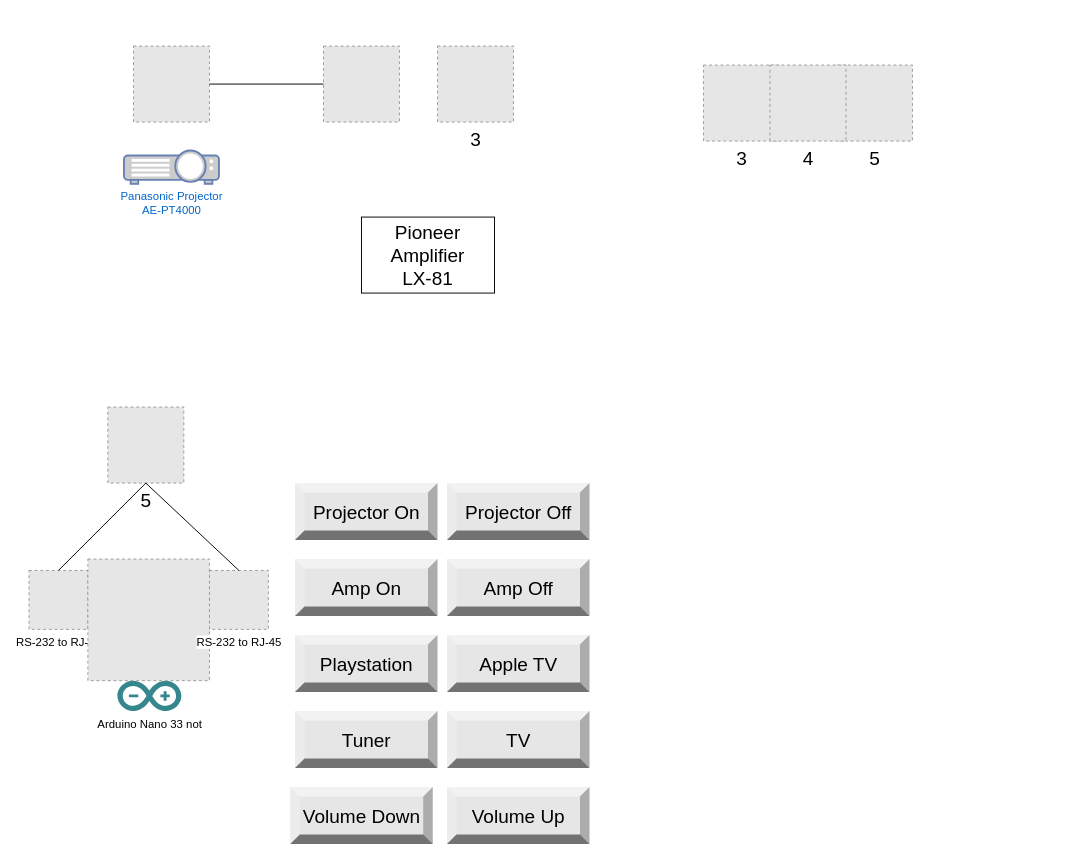
This is HomeTheatreRemote.drawio from granticini/home-theatre-remote, a draw.io file, before an edit. Source tidied: cells renumbered, new cells numbered last; positions are measured from the earlier drawing's top-left corner, leaving out a move shared by most shapes. Both pictures are drawn from the tidied source at 95%, with x=0, y=0 at pixel (28, 46). Pictures stored in the file or linked from it are replaced by grey dashed boxes.
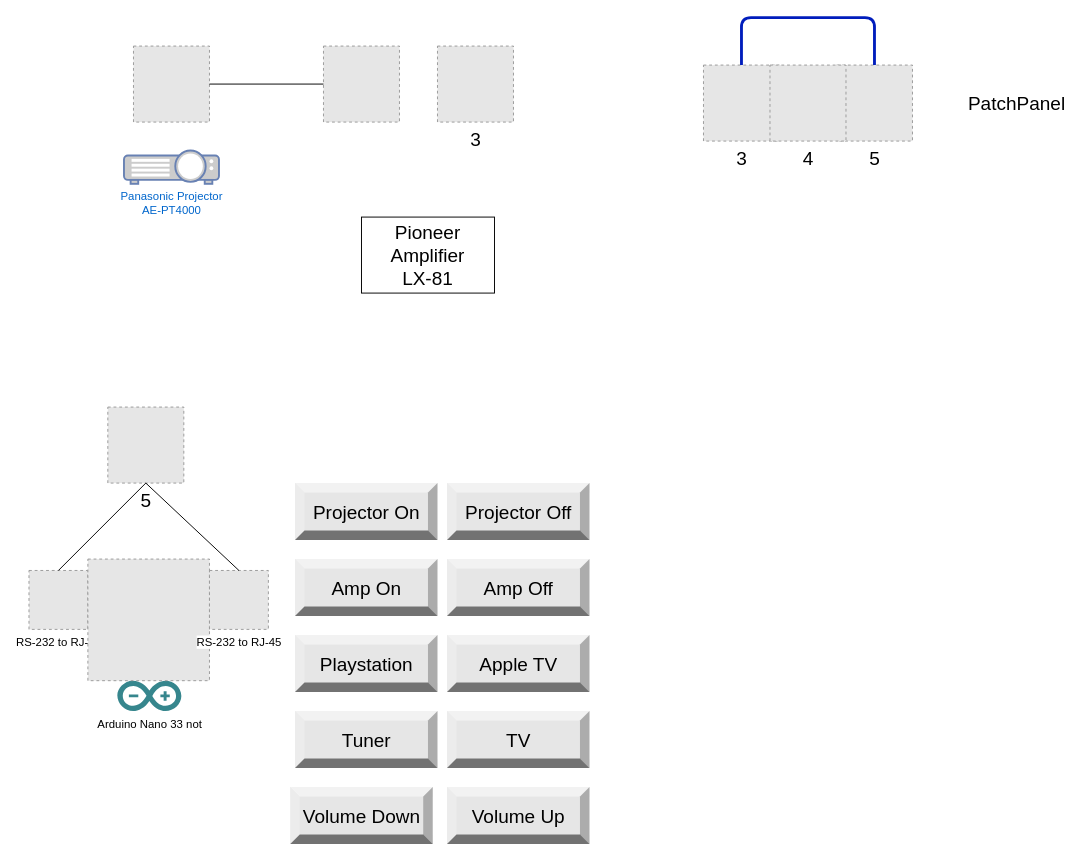
After the change.

Unchanged cells that the change refers to:
```xml
<mxCell id="26" value="5" style="fillColor=#E6E6E6;strokeColor=#999999;dashed=1;html=1;verticalAlign=top;verticalLabelPosition=bottom;labelBackgroundColor=#ffffff;fontSize=20;" parent="1" vertex="1">
  <mxGeometry x="850" y="20" width="80" height="80" as="geometry" />
</mxCell>
<mxCell id="27" value="3" style="fillColor=#E6E6E6;strokeColor=#999999;dashed=1;html=1;verticalAlign=top;verticalLabelPosition=bottom;labelBackgroundColor=#ffffff;fontSize=20;" parent="1" vertex="1">
  <mxGeometry x="710" y="20" width="80" height="80" as="geometry" />
</mxCell>
```

What changed in the source:
```diff
@@
+    <mxCell id="29" value="PatchPanel" style="text;html=1;strokeColor=none;fillColor=none;align=center;verticalAlign=middle;whiteSpace=wrap;rounded=0;fontSize=20;" parent="1" vertex="1">
+      <mxGeometry x="1020" y="50" width="40" height="20" as="geometry" />
+    </mxCell>
+    <mxCell id="30" style="endArrow=none;html=1;fontSize=20;strokeWidth=3;fillColor=#0050ef;strokeColor=#001DBC;exitX=0.5;exitY=0;exitDx=0;exitDy=0;entryX=0.5;entryY=0;entryDx=0;entryDy=0;" parent="1" edge="1" source="27" target="26">
+      <mxGeometry relative="1" as="geometry">
+        <Array as="points">
+          <mxPoint x="750" y="-30" />
+          <mxPoint x="890" y="-30" />
+        </Array>
+      </mxGeometry>
+    </mxCell>
```
